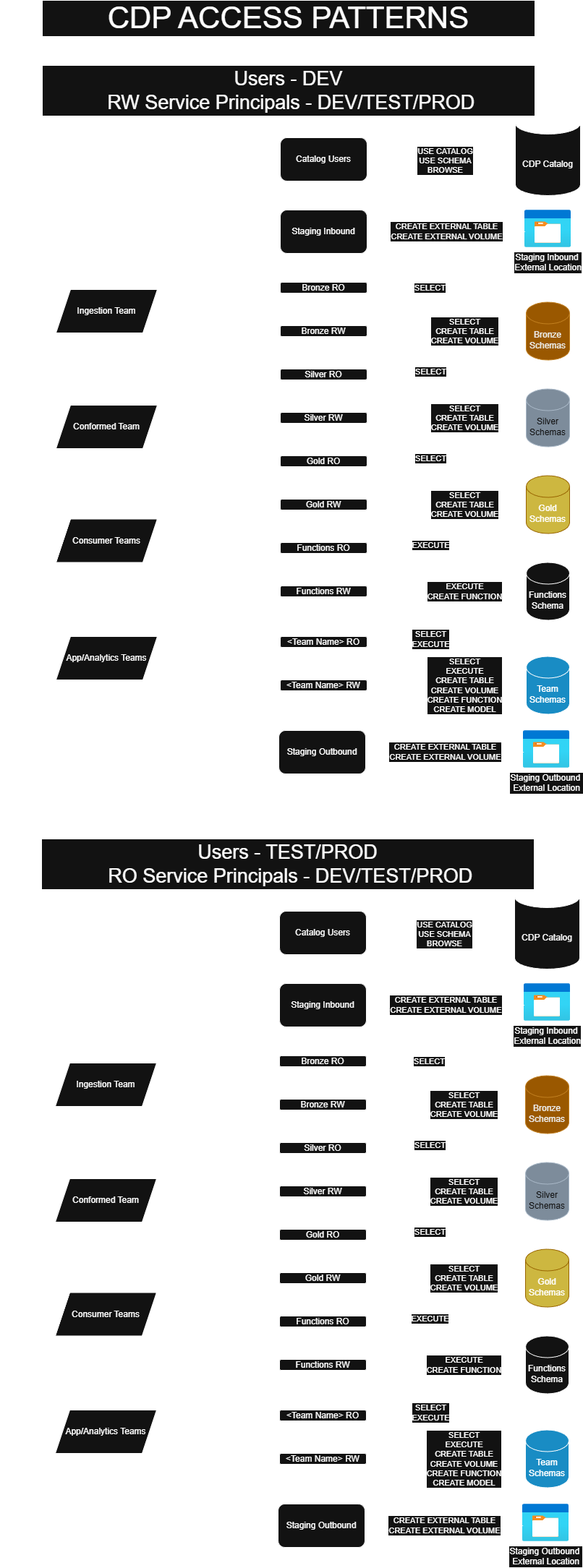
Earlier version of the draw.io export images/CDP Access Diagram.drawio.png (cpiazza01/azure-databricks-secure-deployment). Source tidied: cells renumbered, new cells last; positions are measured from the earlier drawing's top-left corner, leaving out a move shared by most shapes.
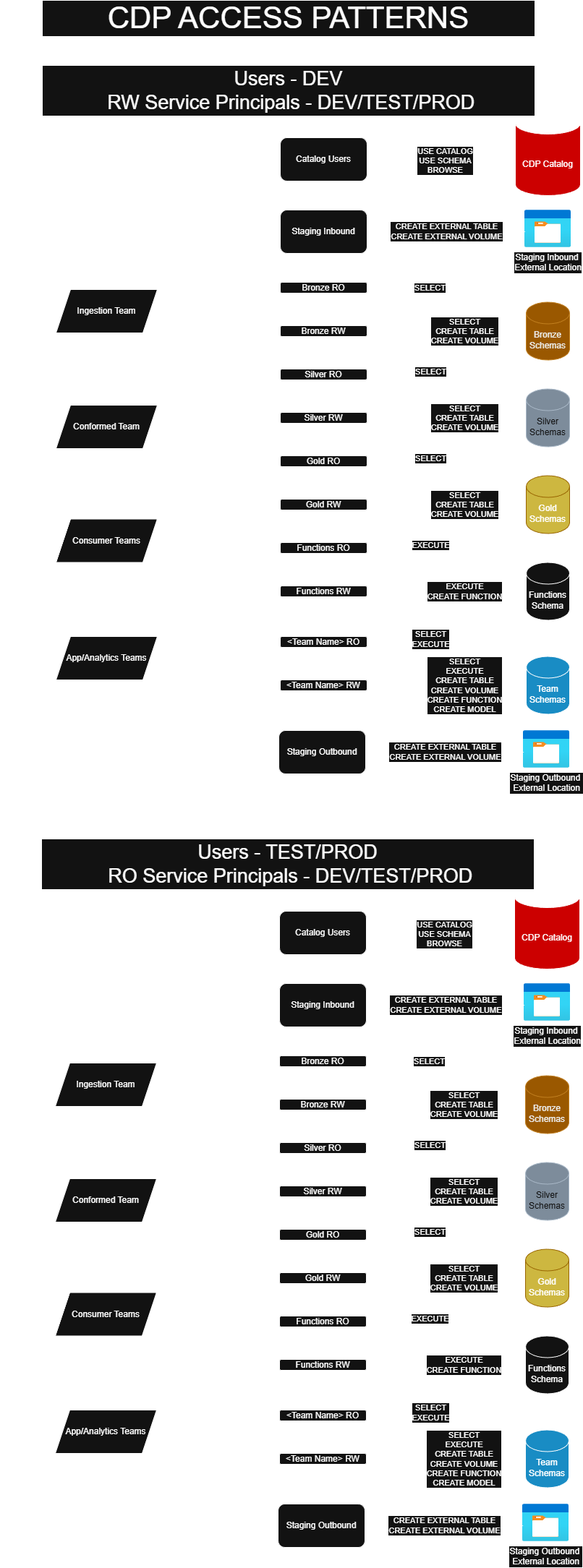
The same file after the commit.

Commit message:
catalog color

The edit, as a diff of the source:
```diff
@@ -2,7 +2,7 @@
   <root>
     <mxCell id="0" />
     <mxCell id="1" parent="0" />
-    <mxCell id="2" value="CDP Catalog" style="shape=cylinder3;whiteSpace=wrap;html=1;boundedLbl=1;backgroundOutline=1;size=15;lid=0;" parent="1" vertex="1">
+    <mxCell id="2" value="CDP Catalog" style="shape=cylinder3;whiteSpace=wrap;html=1;boundedLbl=1;backgroundOutline=1;size=15;lid=0;fillColor=light-dark(#FFFFFF,#CC0000);" parent="1" vertex="1">
       <mxGeometry x="704" y="1240" width="90" height="100" as="geometry" />
     </mxCell>
     <mxCell id="3" value="Bronze Schemas" style="shape=cylinder3;whiteSpace=wrap;html=1;boundedLbl=1;backgroundOutline=1;size=15;fillColor=#f0a30a;fontColor=#000000;strokeColor=#BD7000;" parent="1" vertex="1">
@@ -231,7 +231,7 @@
         </Array>
       </mxGeometry>
     </mxCell>
-    <mxCell id="65" value="CDP Catalog" style="shape=cylinder3;whiteSpace=wrap;html=1;boundedLbl=1;backgroundOutline=1;size=15;lid=0;" parent="1" vertex="1">
+    <mxCell id="65" value="CDP Catalog" style="shape=cylinder3;whiteSpace=wrap;html=1;boundedLbl=1;backgroundOutline=1;size=15;lid=0;fillColor=light-dark(#FFFFFF,#CC0000);" parent="1" vertex="1">
       <mxGeometry x="705" y="170" width="90" height="100" as="geometry" />
     </mxCell>
     <mxCell id="66" value="Bronze Schemas" style="shape=cylinder3;whiteSpace=wrap;html=1;boundedLbl=1;backgroundOutline=1;size=15;fillColor=#f0a30a;fontColor=#000000;strokeColor=#BD7000;" parent="1" vertex="1">
```
